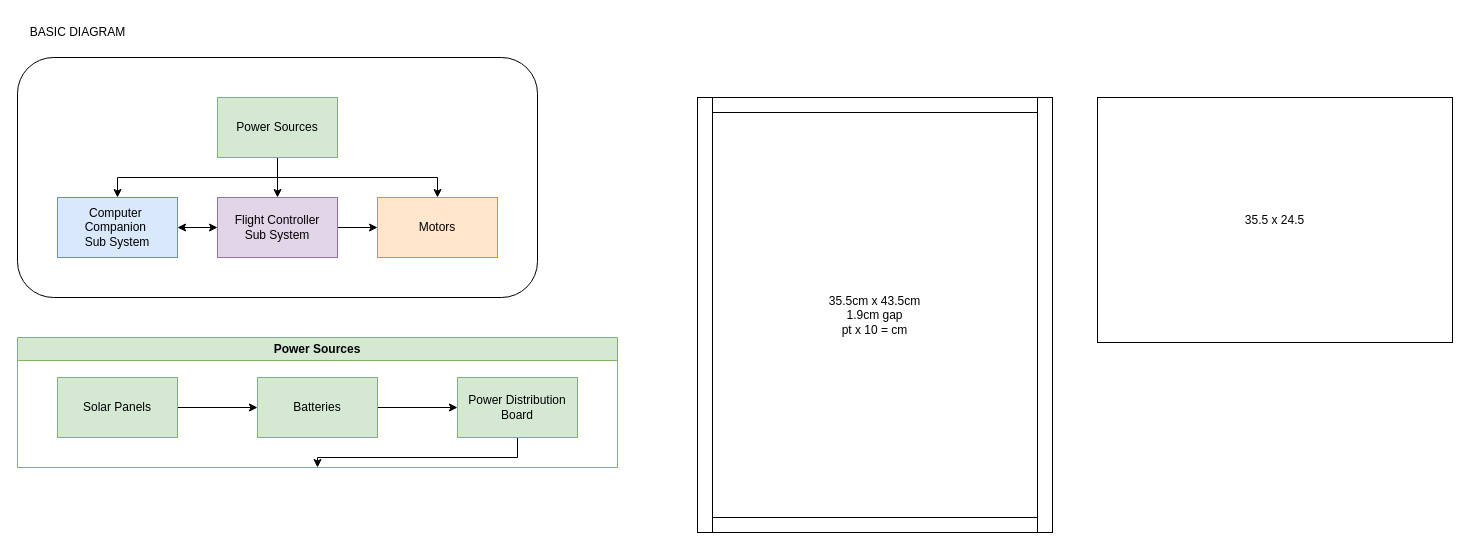
The draw.io diagram FINALREPORT/REPORT_DIAGRAMS.drawio in cdun954/P4P-Buoy, before the edit. Source tidied: cells renumbered, new cells numbered last; positions are measured from the earlier drawing's top-left corner, leaving out a move shared by most shapes. Both pictures are drawn from the tidied source at 100%, with x=0, y=0 at pixel (17, 17).
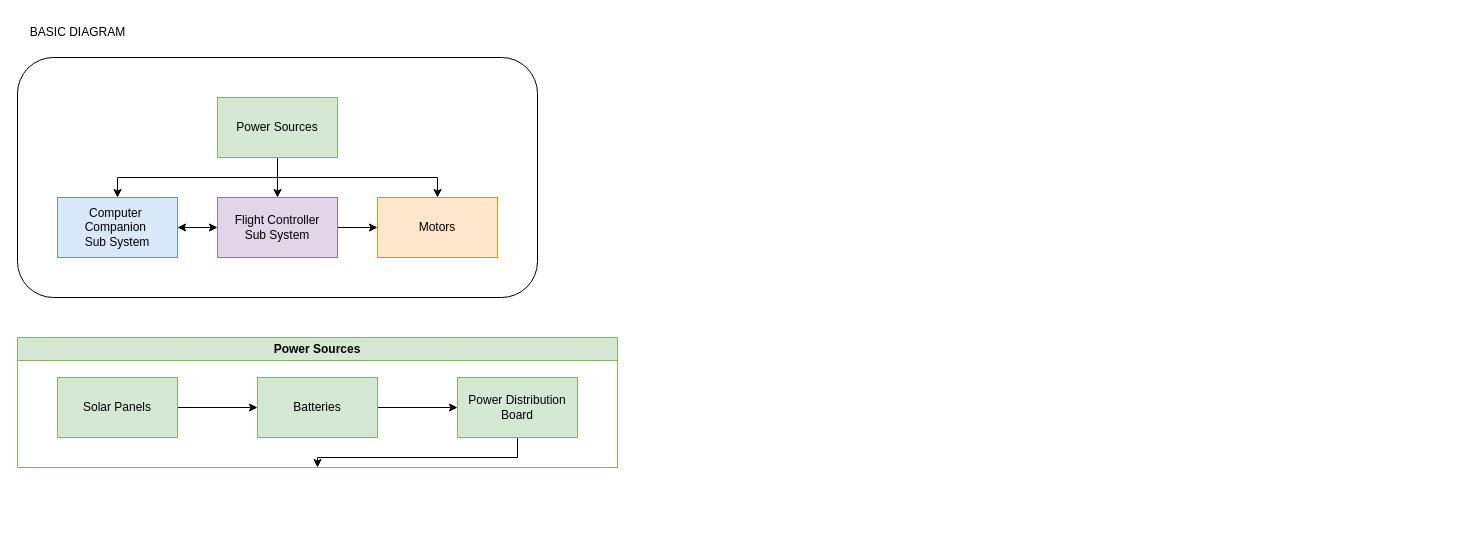
The same page after the edit.

Commit message (it also covers changes not shown here):
testing implementation added

The edit, as a diff of the source:
```diff
@@
-    <mxCell id="20" value="35.5cm x 43.5cm&lt;div&gt;1.9cm gap&lt;br&gt;&lt;div&gt;pt x 10 = cm&lt;/div&gt;&lt;/div&gt;" style="rounded=0;whiteSpace=wrap;html=1;" parent="1" vertex="1">
-      <mxGeometry x="680" y="80" width="355" height="435" as="geometry" />
-    </mxCell>
-    <mxCell id="21" style="rounded=0;whiteSpace=wrap;html=1;" parent="1" vertex="1">
-      <mxGeometry x="680" y="80" width="355" height="15" as="geometry" />
-    </mxCell>
-    <mxCell id="22" style="rounded=0;whiteSpace=wrap;html=1;" parent="1" vertex="1">
-      <mxGeometry x="680" y="500" width="355" height="15" as="geometry" />
-    </mxCell>
-    <mxCell id="23" style="rounded=0;whiteSpace=wrap;html=1;" parent="1" vertex="1">
-      <mxGeometry x="1020" y="80" width="15" height="435" as="geometry" />
-    </mxCell>
-    <mxCell id="24" style="rounded=0;whiteSpace=wrap;html=1;" parent="1" vertex="1">
-      <mxGeometry x="680" y="80" width="15" height="435" as="geometry" />
-    </mxCell>
-    <mxCell id="25" value="35.5 x 24.5" style="rounded=0;whiteSpace=wrap;html=1;rotation=0;" parent="1" vertex="1">
-      <mxGeometry x="1080" y="80" width="355" height="245" as="geometry" />
-    </mxCell>
```
